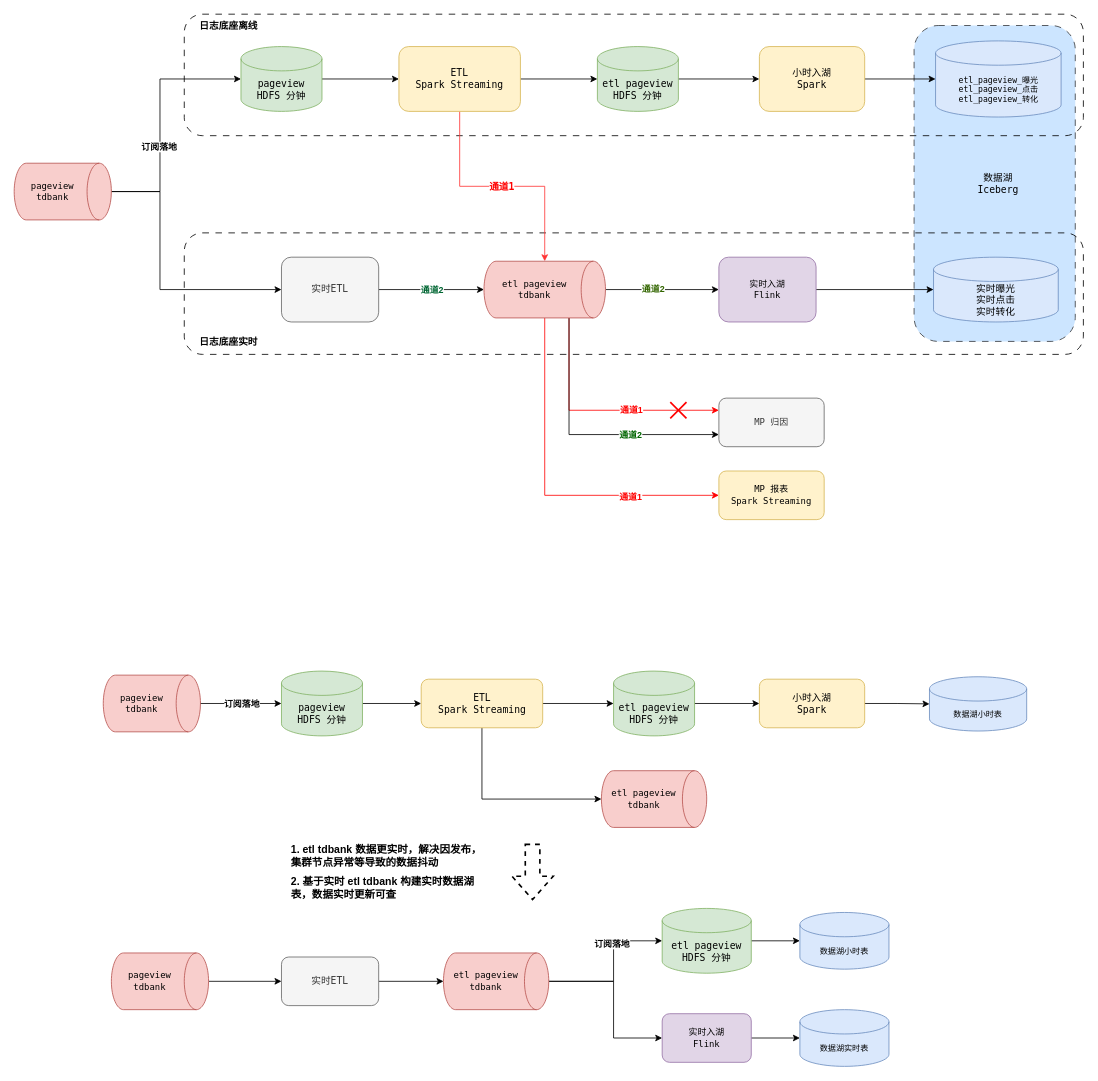
Above: etl_pageview_streaming.drawio in WindLeeWT/Misc (draw.io), before the change. Source tidied: cells renumbered, new cells numbered last; positions are measured from the earlier drawing's top-left corner, leaving out a move shared by most shapes. Both pictures are drawn from the tidied source at 81%, with x=0, y=0 at pixel (14, 14).
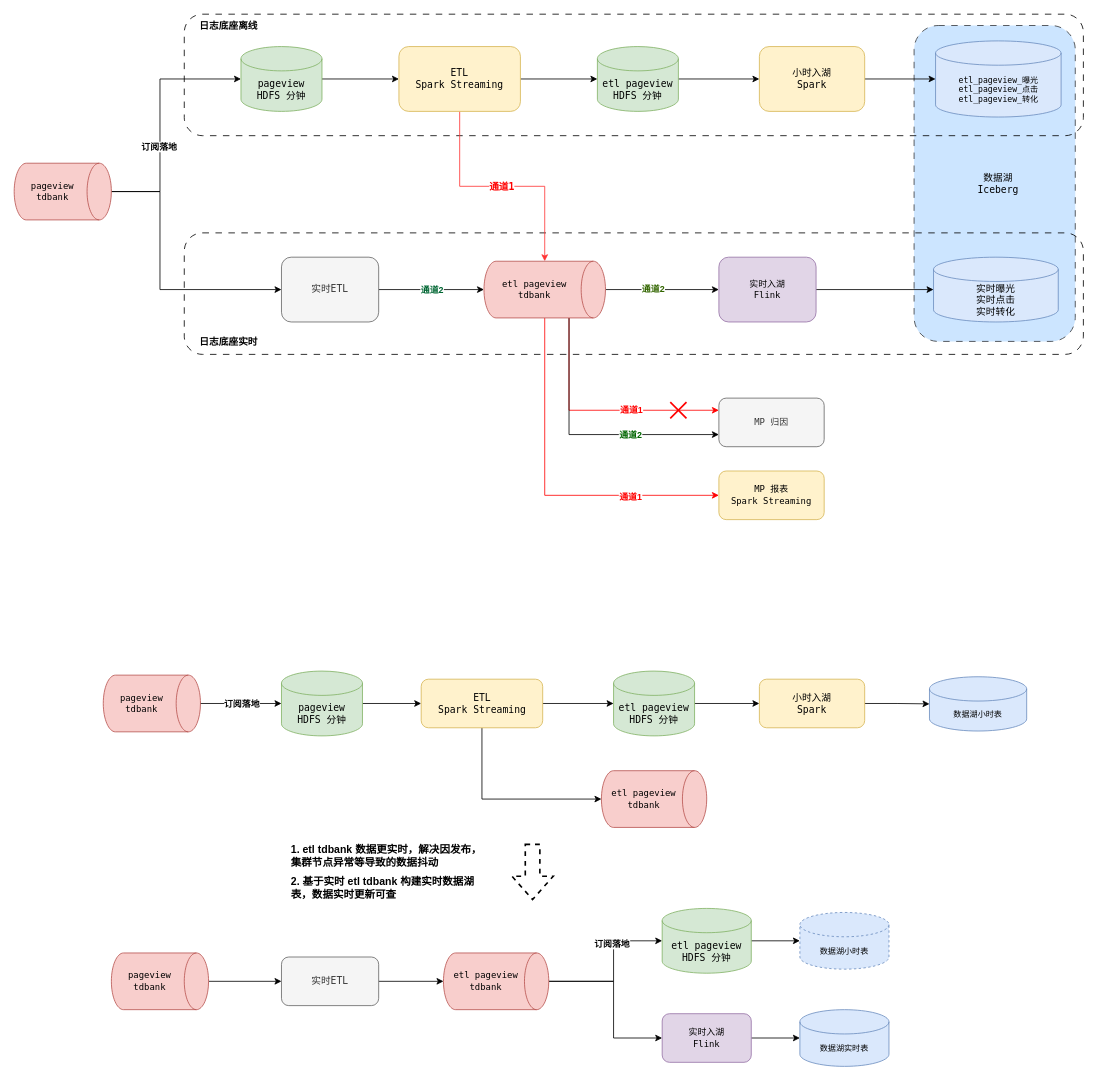
After the change.

What changed in the source:
```diff
@@
-    <mxCell id="68" value="数据湖小时表" style="shape=cylinder3;whiteSpace=wrap;html=1;boundedLbl=1;backgroundOutline=1;size=15;fontFamily=Lucida Console;fontSize=10;fillColor=#dae8fc;strokeColor=#6c8ebf;fontStyle=0;" parent="1" vertex="1">
+    <mxCell id="68" value="数据湖小时表" style="shape=cylinder3;whiteSpace=wrap;html=1;boundedLbl=1;backgroundOutline=1;size=15;fontFamily=Lucida Console;fontSize=10;fillColor=#dae8fc;strokeColor=#6c8ebf;fontStyle=0;dashed=1;" parent="1" vertex="1">
       <mxGeometry x="970" y="1109" width="110" height="70" as="geometry" />
     </mxCell>
```
